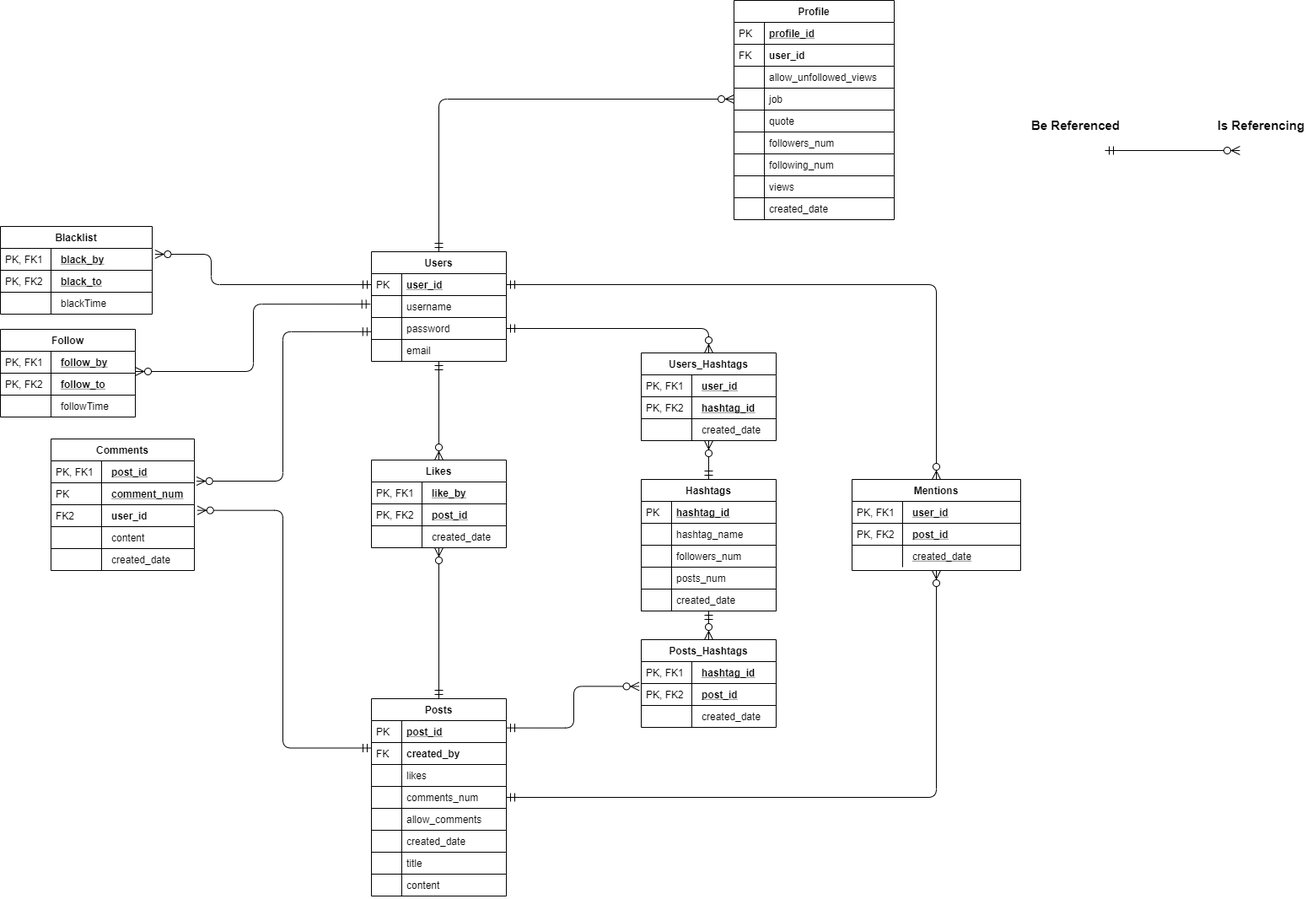
This is Golang/Golang-Social-Network/readmeImgs/SocialNet_DB.png from LeonSijiaLu/Sijia-s-Work-Repo, a draw.io export, as it was before one commit. Source tidied: cells renumbered, new cells last; positions are measured from the earlier drawing's top-left corner, leaving out a move shared by most shapes.
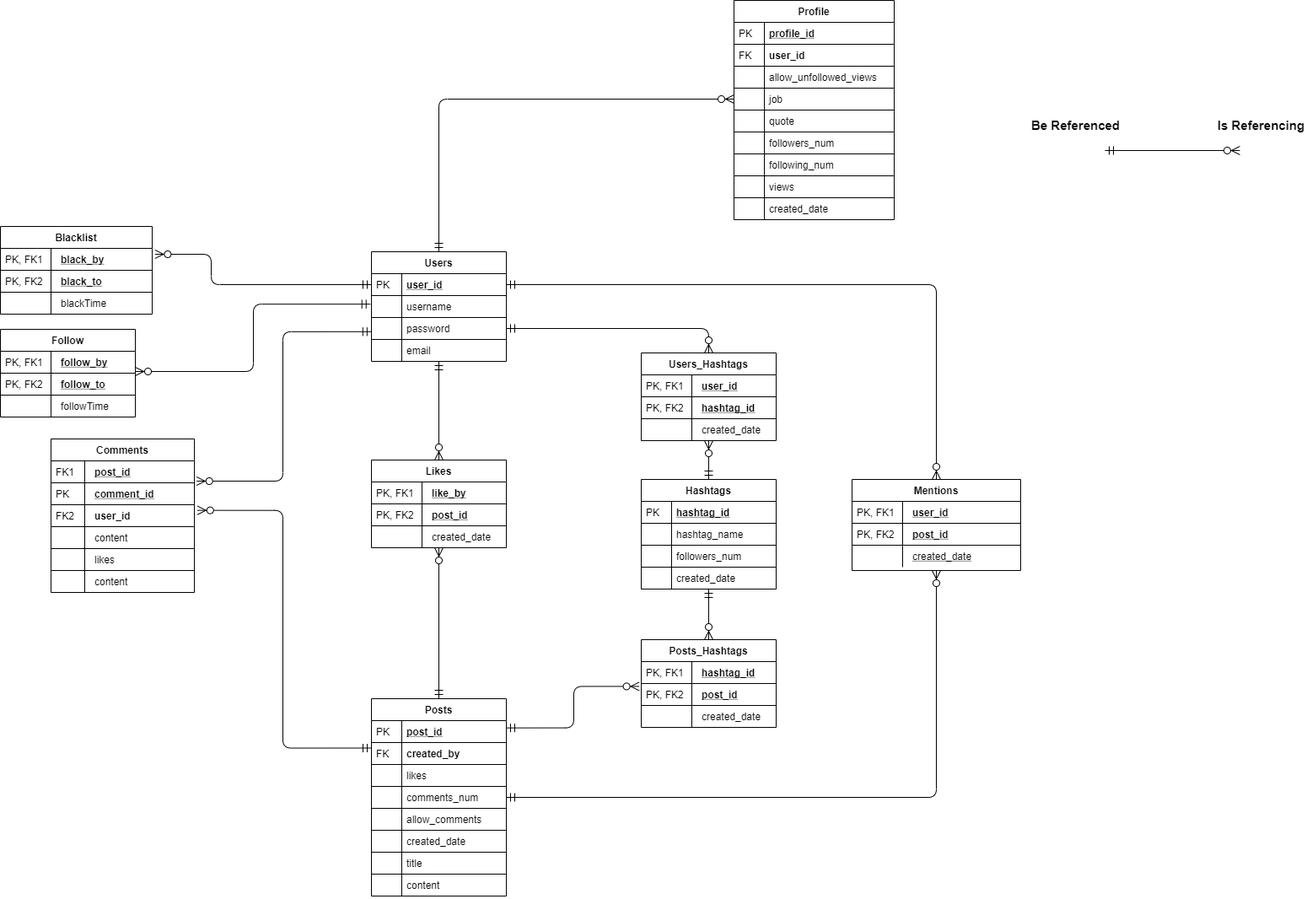
Later version of the same file.

Diff of the diagram source:
```diff
@@ -60,38 +60,44 @@
       <mxGeometry width="60" height="26" as="geometry" />
     </mxCell>
     <mxCell id="21" value="Comments" style="swimlane;fontStyle=1;horizontal=1;startSize=26;rounded=0;shadow=0;strokeWidth=1;" parent="1" vertex="1">
-      <mxGeometry x="60" y="520" width="170" height="156" as="geometry" />
+      <mxGeometry x="60" y="520" width="170" height="182" as="geometry" />
     </mxCell>
-    <mxCell id="22" value="post_id" style="shape=partialRectangle;top=0;left=0;right=0;bottom=1;align=left;verticalAlign=top;fillColor=none;spacingLeft=70;spacingRight=4;overflow=hidden;points=[[0,0.5],[1,0.5]];portConstraint=eastwest;rounded=0;shadow=0;strokeWidth=1;fontStyle=5;" parent="21" vertex="1">
+    <mxCell id="22" value="post_id" style="shape=partialRectangle;top=0;left=0;right=0;bottom=1;align=left;verticalAlign=top;fillColor=none;spacingLeft=50;spacingRight=4;overflow=hidden;points=[[0,0.5],[1,0.5]];portConstraint=eastwest;rounded=0;shadow=0;strokeWidth=1;fontStyle=5;" parent="21" vertex="1">
       <mxGeometry y="26" width="170" height="26" as="geometry" />
     </mxCell>
-    <mxCell id="23" value="PK, FK1" style="shape=partialRectangle;top=0;left=0;bottom=0;fillColor=none;align=left;verticalAlign=top;spacingLeft=4;spacingRight=4;overflow=hidden;" parent="22" vertex="1">
-      <mxGeometry width="60" height="26" as="geometry" />
+    <mxCell id="23" value="FK1" style="shape=partialRectangle;top=0;left=0;bottom=0;fillColor=none;align=left;verticalAlign=top;spacingLeft=4;spacingRight=4;overflow=hidden;" parent="22" vertex="1">
+      <mxGeometry width="40" height="26" as="geometry" />
     </mxCell>
-    <mxCell id="24" value="comment_num" style="shape=partialRectangle;top=0;left=0;right=0;bottom=0;align=left;verticalAlign=top;fillColor=none;spacingLeft=70;spacingRight=4;overflow=hidden;rounded=0;shadow=0;strokeWidth=1;fontStyle=5;" parent="21" vertex="1">
+    <mxCell id="24" value="comment_id" style="shape=partialRectangle;top=0;left=0;right=0;bottom=0;align=left;verticalAlign=top;fillColor=none;spacingLeft=50;spacingRight=4;overflow=hidden;rounded=0;shadow=0;strokeWidth=1;fontStyle=5;" parent="21" vertex="1">
       <mxGeometry y="52" width="170" height="26" as="geometry" />
     </mxCell>
     <mxCell id="25" value="PK" style="shape=partialRectangle;top=0;left=0;bottom=0;fillColor=none;align=left;verticalAlign=top;spacingLeft=4;spacingRight=4;overflow=hidden;" parent="24" vertex="1">
-      <mxGeometry width="60" height="26" as="geometry" />
+      <mxGeometry width="40" height="26" as="geometry" />
     </mxCell>
-    <mxCell id="26" value="user_id" style="shape=partialRectangle;top=1;left=0;right=0;bottom=1;align=left;verticalAlign=top;fillColor=none;spacingLeft=70;spacingRight=4;overflow=hidden;points=[[0,0.5],[1,0.5]];portConstraint=eastwest;rounded=0;shadow=0;strokeWidth=1;fontStyle=1;" parent="21" vertex="1">
+    <mxCell id="26" value="user_id" style="shape=partialRectangle;top=1;left=0;right=0;bottom=1;align=left;verticalAlign=top;fillColor=none;spacingLeft=50;spacingRight=4;overflow=hidden;points=[[0,0.5],[1,0.5]];portConstraint=eastwest;rounded=0;shadow=0;strokeWidth=1;fontStyle=1;" parent="21" vertex="1">
       <mxGeometry y="78" width="170" height="26" as="geometry" />
     </mxCell>
     <mxCell id="27" value="FK2" style="shape=partialRectangle;top=0;left=0;bottom=0;fillColor=none;align=left;verticalAlign=top;spacingLeft=4;spacingRight=4;overflow=hidden;" parent="26" vertex="1">
-      <mxGeometry width="60" height="26" as="geometry" />
+      <mxGeometry width="40" height="26" as="geometry" />
     </mxCell>
-    <mxCell id="28" value="content" style="shape=partialRectangle;top=0;left=0;right=0;bottom=0;align=left;verticalAlign=top;fillColor=none;spacingLeft=70;spacingRight=4;overflow=hidden;rounded=0;shadow=0;strokeWidth=1;fontStyle=0;" parent="21" vertex="1">
+    <mxCell id="28" value="content" style="shape=partialRectangle;top=0;left=0;right=0;bottom=0;align=left;verticalAlign=top;fillColor=none;spacingLeft=50;spacingRight=4;overflow=hidden;rounded=0;shadow=0;strokeWidth=1;fontStyle=0;" parent="21" vertex="1">
       <mxGeometry y="104" width="170" height="26" as="geometry" />
     </mxCell>
     <mxCell id="29" style="shape=partialRectangle;top=0;left=0;bottom=0;fillColor=none;align=left;verticalAlign=top;spacingLeft=4;spacingRight=4;overflow=hidden;" parent="28" vertex="1">
-      <mxGeometry width="60" height="26" as="geometry" />
+      <mxGeometry width="40" height="26" as="geometry" />
     </mxCell>
-    <mxCell id="30" value="created_date" style="shape=partialRectangle;top=1;left=0;right=0;bottom=0;align=left;verticalAlign=top;fillColor=none;spacingLeft=70;spacingRight=4;overflow=hidden;rounded=0;shadow=0;strokeWidth=1;fontStyle=0;" parent="21" vertex="1">
+    <mxCell id="30" value="likes" style="shape=partialRectangle;top=1;left=0;right=0;bottom=1;align=left;verticalAlign=top;fillColor=none;spacingLeft=50;spacingRight=4;overflow=hidden;rounded=0;shadow=0;strokeWidth=1;fontStyle=0;labelBorderColor=none;" parent="21" vertex="1">
       <mxGeometry y="130" width="170" height="26" as="geometry" />
     </mxCell>
     <mxCell id="31" style="shape=partialRectangle;top=0;left=0;bottom=0;fillColor=none;align=left;verticalAlign=top;spacingLeft=4;spacingRight=4;overflow=hidden;" parent="30" vertex="1">
-      <mxGeometry width="60" height="26" as="geometry" />
+      <mxGeometry width="40" height="26" as="geometry" />
     </mxCell>
+    <mxCell id="127" value="content" style="shape=partialRectangle;top=0;left=0;right=0;bottom=0;align=left;verticalAlign=top;fillColor=none;spacingLeft=50;spacingRight=4;overflow=hidden;rounded=0;shadow=0;strokeWidth=1;fontStyle=0;" parent="21" vertex="1">
+      <mxGeometry y="156" width="170" height="26" as="geometry" />
+    </mxCell>
+    <mxCell id="128" style="shape=partialRectangle;top=0;left=0;bottom=0;fillColor=none;align=left;verticalAlign=top;spacingLeft=4;spacingRight=4;overflow=hidden;" parent="127" vertex="1">
+      <mxGeometry width="40" height="26" as="geometry" />
+    </mxCell>
     <mxCell id="32" style="edgeStyle=orthogonalEdgeStyle;comic=0;jettySize=auto;html=1;entryX=0;entryY=0.5;entryDx=0;entryDy=0;shadow=0;startArrow=ERmandOne;startSize=8;endArrow=ERzeroToMany;endSize=8;strokeWidth=1;" parent="1" edge="1" source="33" target="96">
       <mxGeometry relative="1" as="geometry" />
     </mxCell>
@@ -153,7 +159,7 @@
       <mxGeometry width="60" height="26" as="geometry" />
     </mxCell>
     <mxCell id="52" value="Hashtags" style="swimlane;fontStyle=1;horizontal=1;startSize=26;rounded=0;shadow=0;strokeWidth=1;" parent="1" vertex="1">
-      <mxGeometry x="760" y="568" width="160" height="156" as="geometry" />
+      <mxGeometry x="760" y="568" width="160" height="130" as="geometry" />
     </mxCell>
     <mxCell id="53" value="hashtag_id" style="shape=partialRectangle;top=0;left=0;right=0;bottom=1;align=left;verticalAlign=top;fillColor=none;spacingLeft=40;spacingRight=4;overflow=hidden;rounded=0;shadow=0;strokeWidth=1;fontStyle=5;" parent="52" vertex="1">
       <mxGeometry y="26" width="160" height="26" as="geometry" />
@@ -173,14 +179,8 @@
     <mxCell id="58" style="shape=partialRectangle;top=0;left=0;bottom=0;fillColor=none;align=left;verticalAlign=top;spacingLeft=4;spacingRight=4;overflow=hidden;" parent="57" vertex="1">
       <mxGeometry width="36" height="26" as="geometry" />
     </mxCell>
-    <mxCell id="59" value="posts_num" style="shape=partialRectangle;top=0;left=0;right=0;bottom=1;align=left;verticalAlign=top;fillColor=none;spacingLeft=40;spacingRight=4;overflow=hidden;rounded=0;shadow=0;strokeWidth=1;" parent="52" vertex="1">
-      <mxGeometry y="104" width="160" height="26" as="geometry" />
-    </mxCell>
-    <mxCell id="60" style="shape=partialRectangle;top=0;left=0;bottom=0;fillColor=none;align=left;verticalAlign=top;spacingLeft=4;spacingRight=4;overflow=hidden;" parent="59" vertex="1">
-      <mxGeometry width="36" height="26" as="geometry" />
-    </mxCell>
     <mxCell id="61" value="created_date" style="shape=partialRectangle;top=0;left=0;right=0;bottom=1;align=left;verticalAlign=top;fillColor=none;spacingLeft=40;spacingRight=4;overflow=hidden;rounded=0;shadow=0;strokeWidth=1;" parent="52" vertex="1">
-      <mxGeometry y="130" width="160" height="26" as="geometry" />
+      <mxGeometry y="104" width="160" height="26" as="geometry" />
     </mxCell>
     <mxCell id="62" style="shape=partialRectangle;top=0;left=0;bottom=0;fillColor=none;align=left;verticalAlign=top;spacingLeft=4;spacingRight=4;overflow=hidden;" parent="61" vertex="1">
       <mxGeometry width="36" height="26" as="geometry" />
```
